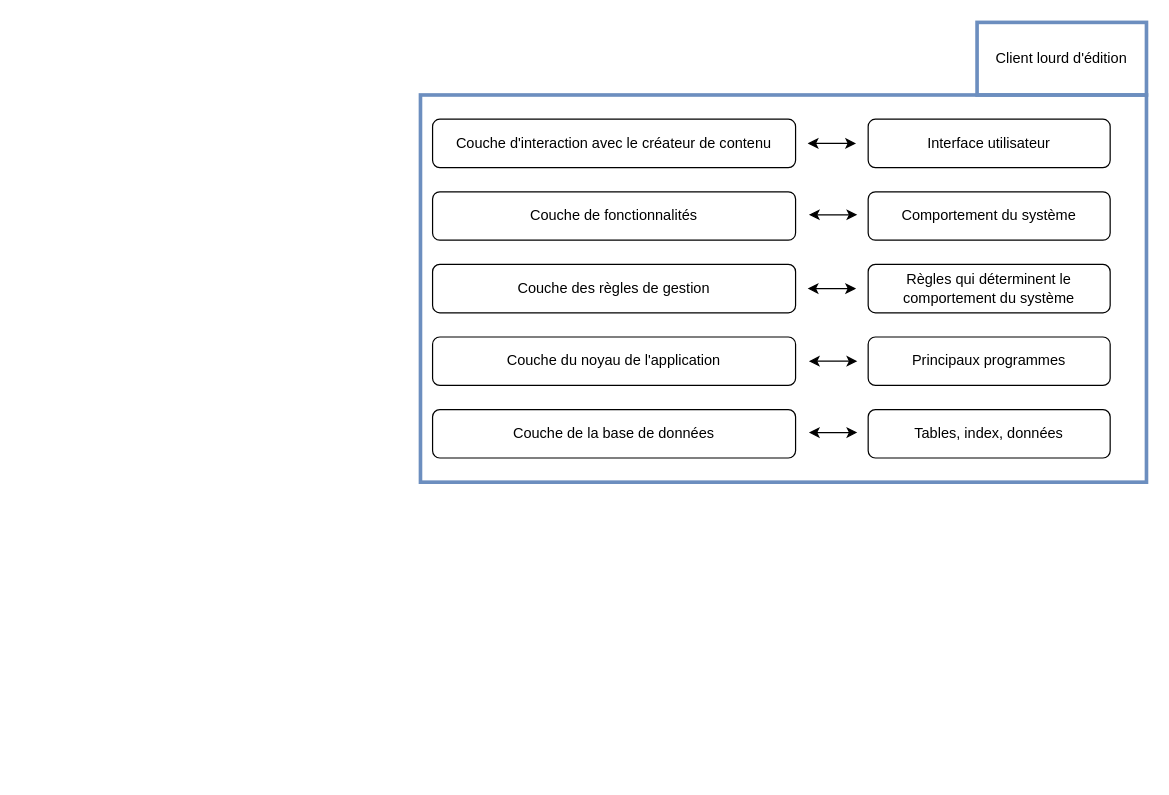
Above: GibberiashTargetApplicativeArchitecture.drawio in cjour/audit_logistics (draw.io), before the change. Source tidied: cells renumbered, new cells numbered last; positions are measured from the earlier drawing's top-left corner, leaving out a move shared by most shapes. Both pictures are drawn from the tidied source at 121%, with x=0, y=0 at pixel (420, 22).
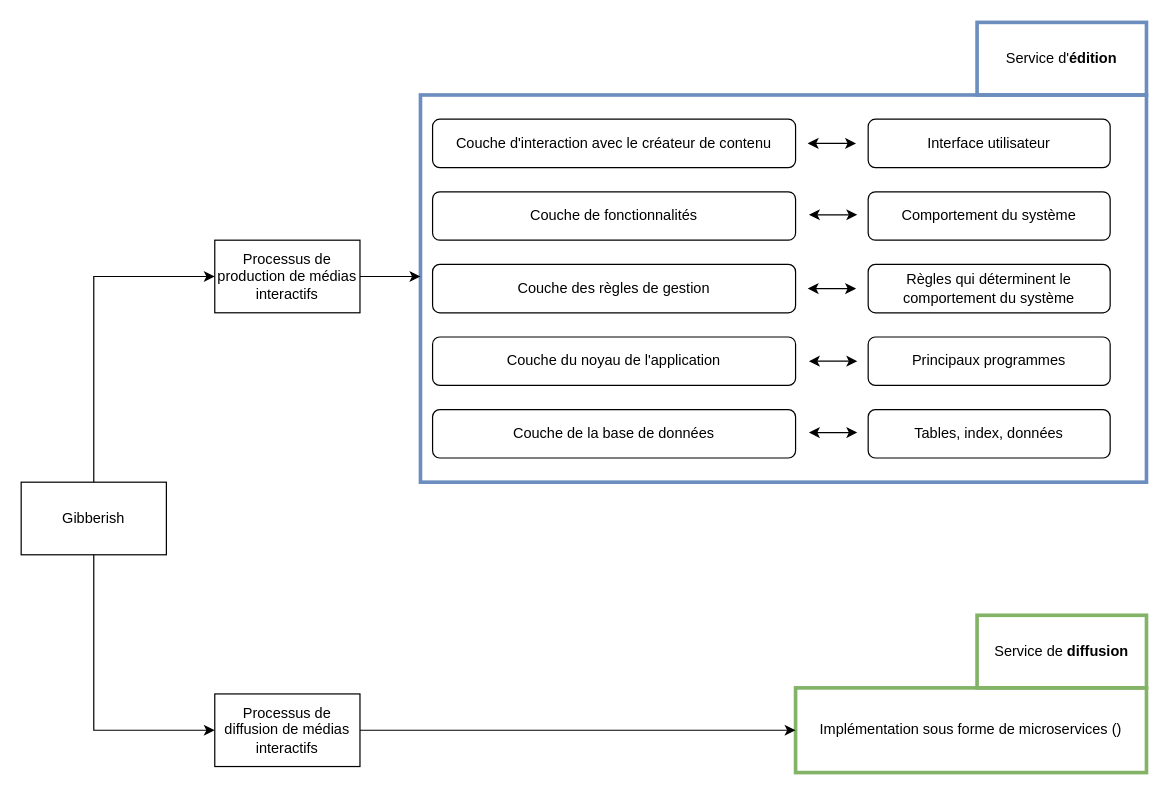
After the change.

Commit message (it also covers changes not shown here):
Mettre à jour GibberiashTargetApplicativeArchitecture.drawio

Change to the diagram source:
```diff
@@
-    <mxCell id="18" value="Client lourd d'édition" style="rounded=0;whiteSpace=wrap;html=1;strokeWidth=3;fillColor=none;strokeColor=#6c8ebf;" parent="1" vertex="1">
+    <mxCell id="18" value="Service d'&lt;b&gt;édition&lt;/b&gt;" style="rounded=0;whiteSpace=wrap;html=1;strokeWidth=3;fillColor=none;strokeColor=#6c8ebf;" parent="1" vertex="1">
       <mxGeometry x="460" width="140" height="60" as="geometry" />
     </mxCell>
+    <mxCell id="19" value="Implémentation sous forme de microservices ()" style="rounded=0;whiteSpace=wrap;html=1;strokeWidth=3;fillColor=none;strokeColor=#82b366;" parent="1" vertex="1">
+      <mxGeometry x="310" y="550" width="290" height="70" as="geometry" />
+    </mxCell>
+    <mxCell id="20" value="Service de &lt;b&gt;diffusion&lt;/b&gt;" style="rounded=0;whiteSpace=wrap;html=1;strokeWidth=3;fillColor=none;strokeColor=#82b366;" parent="1" vertex="1">
+      <mxGeometry x="460" y="490" width="140" height="60" as="geometry" />
+    </mxCell>
+    <mxCell id="21" value="Gibberish" style="rounded=0;whiteSpace=wrap;html=1;strokeWidth=1;fillColor=none;" parent="1" vertex="1">
+      <mxGeometry x="-330" y="380" width="120" height="60" as="geometry" />
+    </mxCell>
+    <mxCell id="22" value="Processus de production de médias interactifs" style="rounded=0;whiteSpace=wrap;html=1;strokeWidth=1;fillColor=none;" parent="1" vertex="1">
+      <mxGeometry x="-170" y="180" width="120" height="60" as="geometry" />
+    </mxCell>
+    <mxCell id="23" value="Processus de diffusion de médias interactifs" style="rounded=0;whiteSpace=wrap;html=1;strokeWidth=1;fillColor=none;" parent="1" vertex="1">
+      <mxGeometry x="-170" y="555" width="120" height="60" as="geometry" />
+    </mxCell>
+    <mxCell id="24" style="endArrow=classic;html=1;rounded=0;exitX=0.5;exitY=0;exitDx=0;exitDy=0;entryX=0;entryY=0.5;entryDx=0;entryDy=0;" parent="1" edge="1" source="21" target="22">
+      <mxGeometry relative="1" as="geometry">
+        <Array as="points">
+          <mxPoint x="-270" y="210" />
+        </Array>
+      </mxGeometry>
+    </mxCell>
+    <mxCell id="25" style="endArrow=classic;html=1;rounded=0;exitX=1;exitY=0.5;exitDx=0;exitDy=0;" parent="1" edge="1" source="22">
+      <mxGeometry relative="1" as="geometry">
+        <mxPoint y="210" as="targetPoint" />
+      </mxGeometry>
+    </mxCell>
+    <mxCell id="26" style="endArrow=classic;html=1;rounded=0;exitX=0.5;exitY=1;exitDx=0;exitDy=0;entryX=0;entryY=0.5;entryDx=0;entryDy=0;" parent="1" edge="1" source="21" target="23">
+      <mxGeometry relative="1" as="geometry">
+        <Array as="points">
+          <mxPoint x="-270" y="585" />
+        </Array>
+      </mxGeometry>
+    </mxCell>
+    <mxCell id="27" style="endArrow=classic;html=1;rounded=0;exitX=1;exitY=0.5;exitDx=0;exitDy=0;entryX=0;entryY=0.5;entryDx=0;entryDy=0;" parent="1" edge="1" source="23" target="19">
+      <mxGeometry relative="1" as="geometry" />
+    </mxCell>
```
